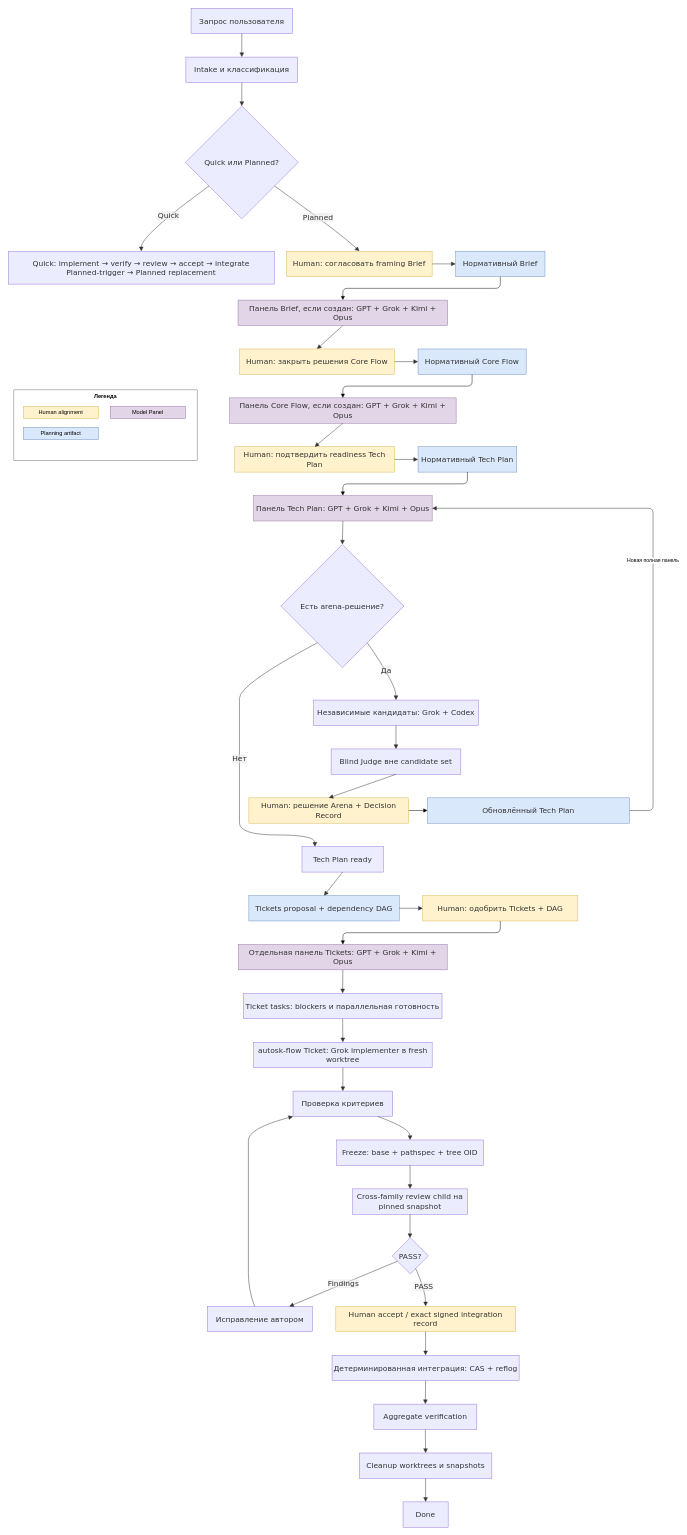
The draw.io diagram page "Workflow" (1 of 2) of diagrams/autosk-flow.drawio in Valeron2206/autosk-traycer-flow, before the edit. Source tidied: cells renumbered, new cells numbered last; positions are measured from the earlier drawing's top-left corner, leaving out a move shared by most shapes. Both pictures are drawn from the tidied source at 47%, with x=0, y=0 at pixel (8, 8).
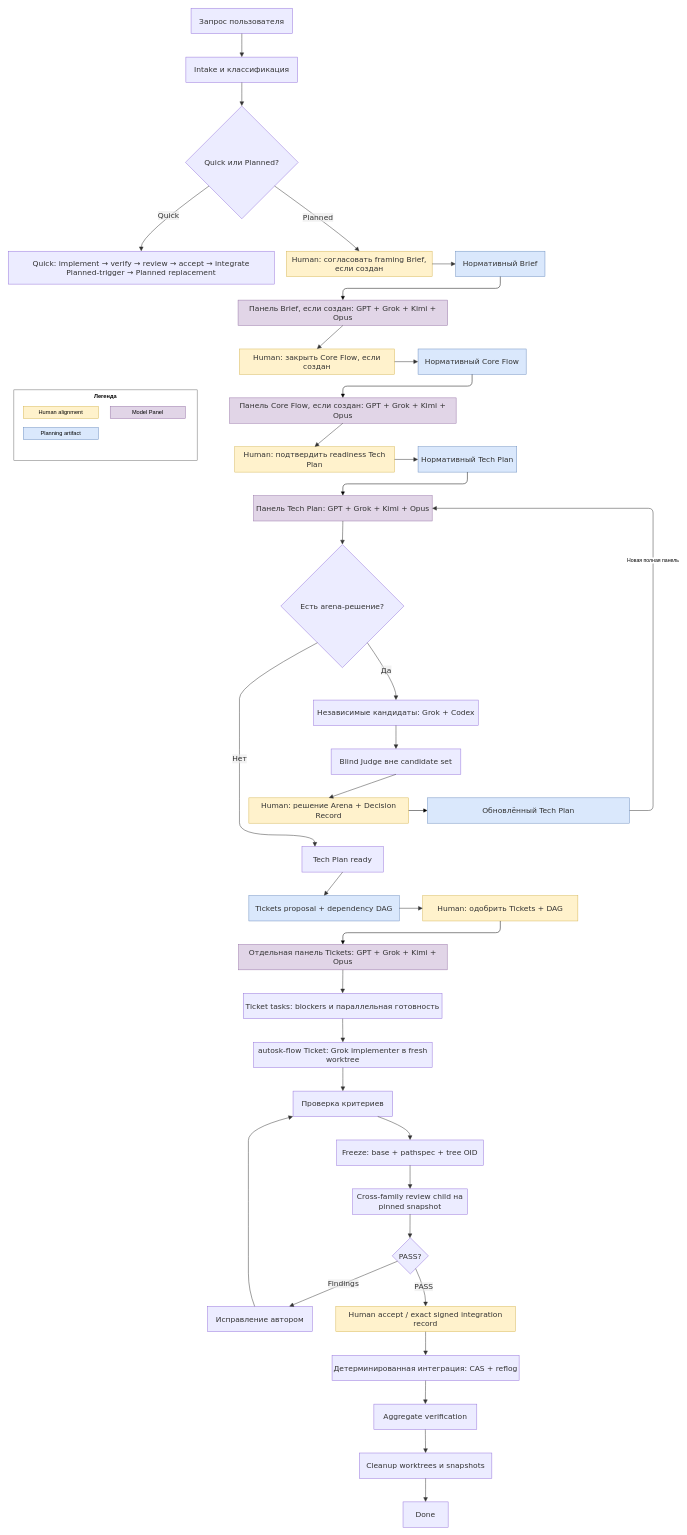
After the change.

Commit message (it also covers changes not shown here):
docs(flow): close custody recovery gaps

What changed in the source:
```diff
@@
-    <mxCell id="6" value="Human: согласовать framing Brief" style="html=1;whiteSpace=wrap;strokeWidth=1;fillColor=light-dark(#FFF2CC,#3b3420);strokeColor=light-dark(#D6B656,#d6b656);fontColor=light-dark(#333333,#f0f0f0);fontFamily=Trebuchet MS,Verdana,Arial,sans-serif;fontSize=16;" parent="1" vertex="1">
+    <mxCell id="6" value="Human: согласовать framing Brief, если создан" style="html=1;whiteSpace=wrap;strokeWidth=1;fillColor=light-dark(#FFF2CC,#3b3420);strokeColor=light-dark(#D6B656,#d6b656);fontColor=light-dark(#333333,#f0f0f0);fontFamily=Trebuchet MS,Verdana,Arial,sans-serif;fontSize=16;" parent="1" vertex="1">
       <mxGeometry x="592" y="517" width="310" height="54" as="geometry" />
     </mxCell>
@@
-    <mxCell id="8" value="Human: закрыть решения Core Flow" style="html=1;whiteSpace=wrap;strokeWidth=1;fillColor=light-dark(#FFF2CC,#3b3420);strokeColor=light-dark(#D6B656,#d6b656);fontColor=light-dark(#333333,#f0f0f0);fontFamily=Trebuchet MS,Verdana,Arial,sans-serif;fontSize=16;" parent="1" vertex="1">
+    <mxCell id="8" value="Human: закрыть Core Flow, если создан" style="html=1;whiteSpace=wrap;strokeWidth=1;fillColor=light-dark(#FFF2CC,#3b3420);strokeColor=light-dark(#D6B656,#d6b656);fontColor=light-dark(#333333,#f0f0f0);fontFamily=Trebuchet MS,Verdana,Arial,sans-serif;fontSize=16;" parent="1" vertex="1">
       <mxGeometry x="492" y="725" width="330" height="54" as="geometry" />
     </mxCell>
```
